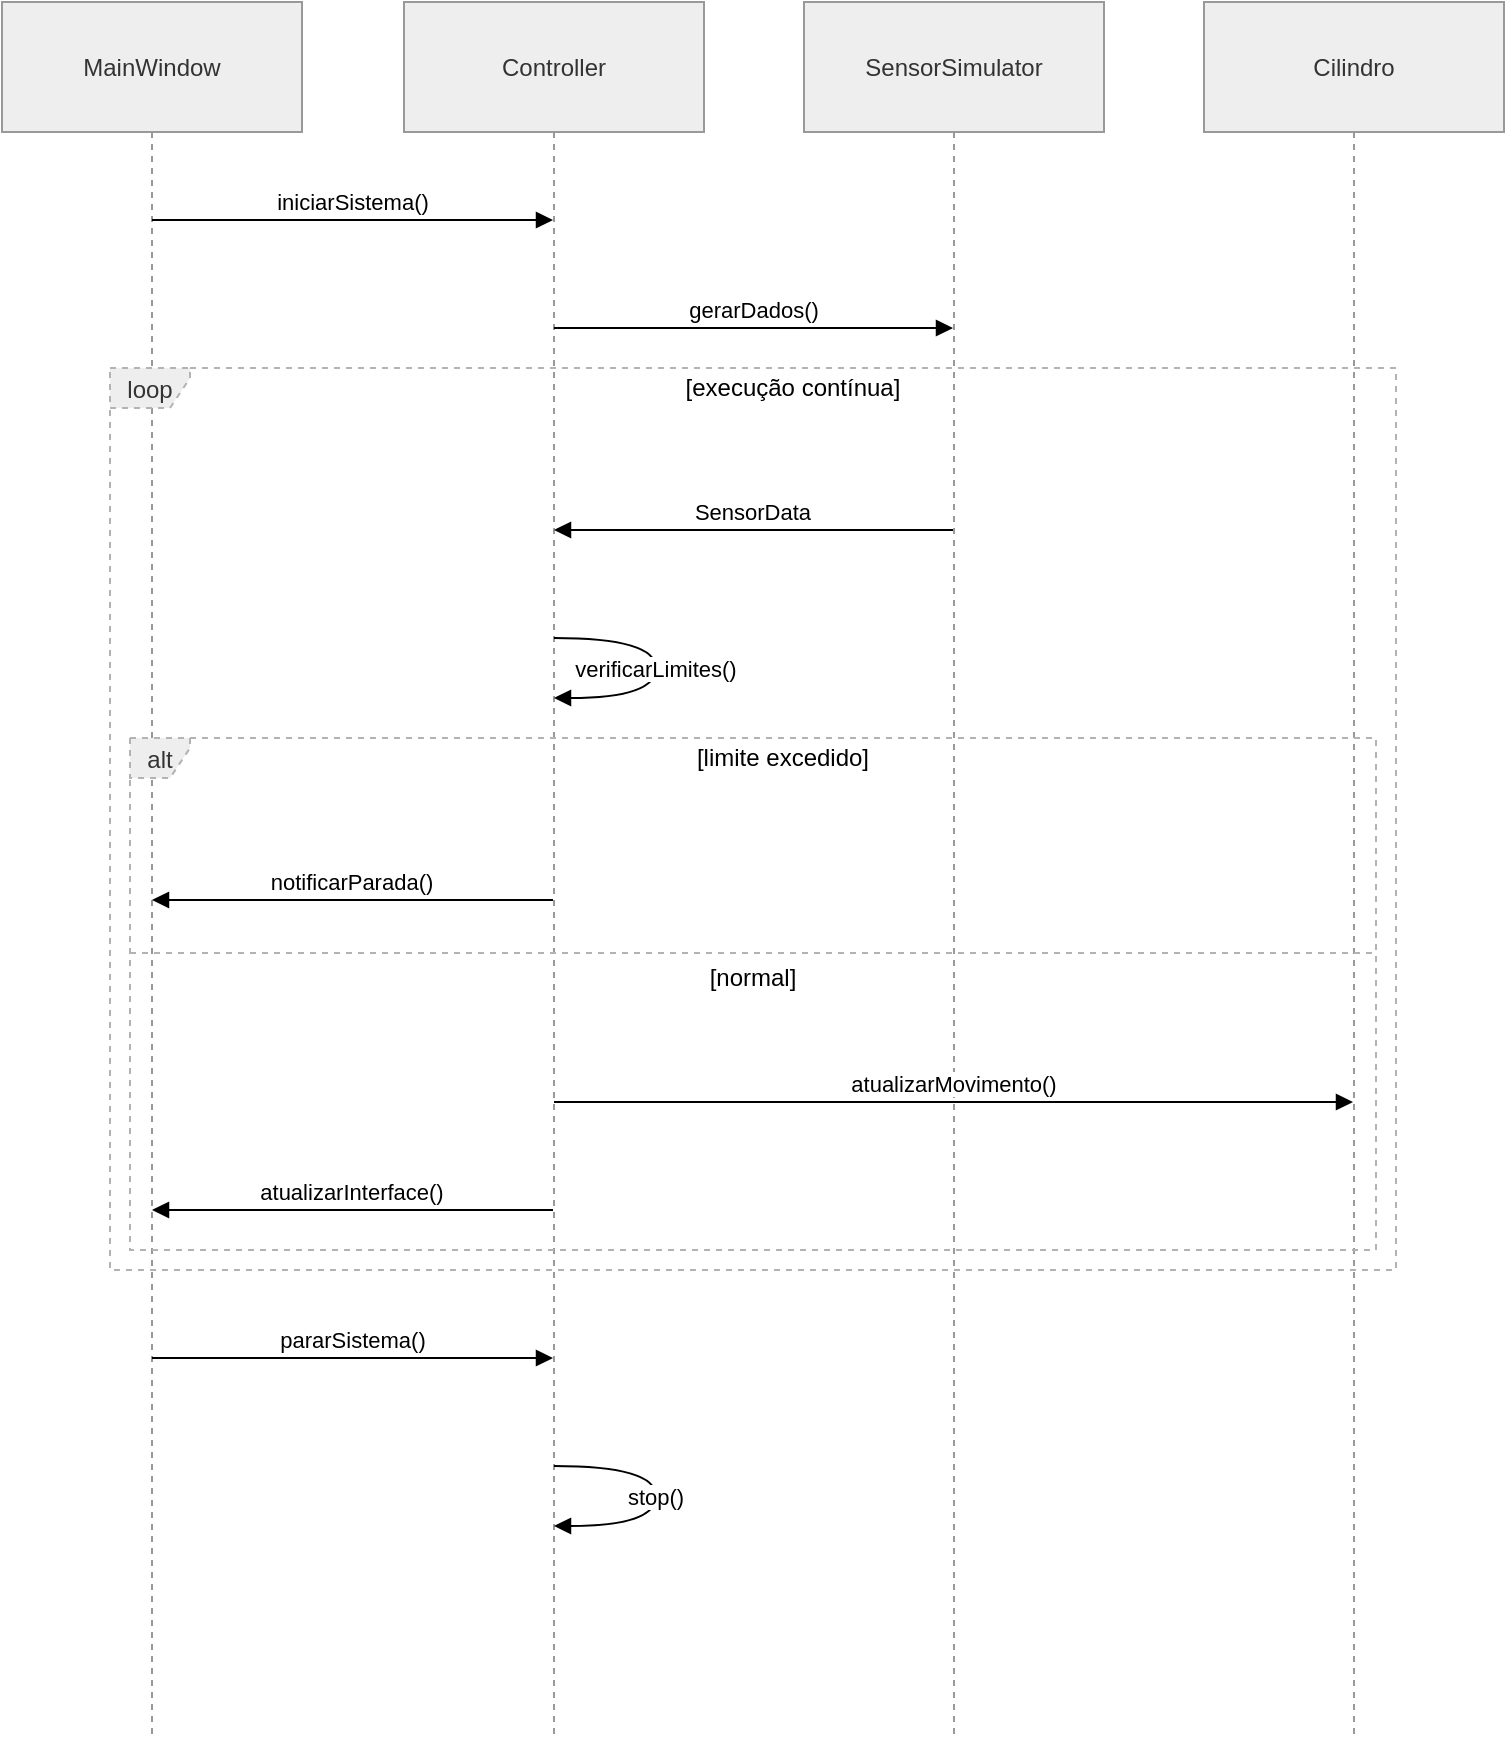
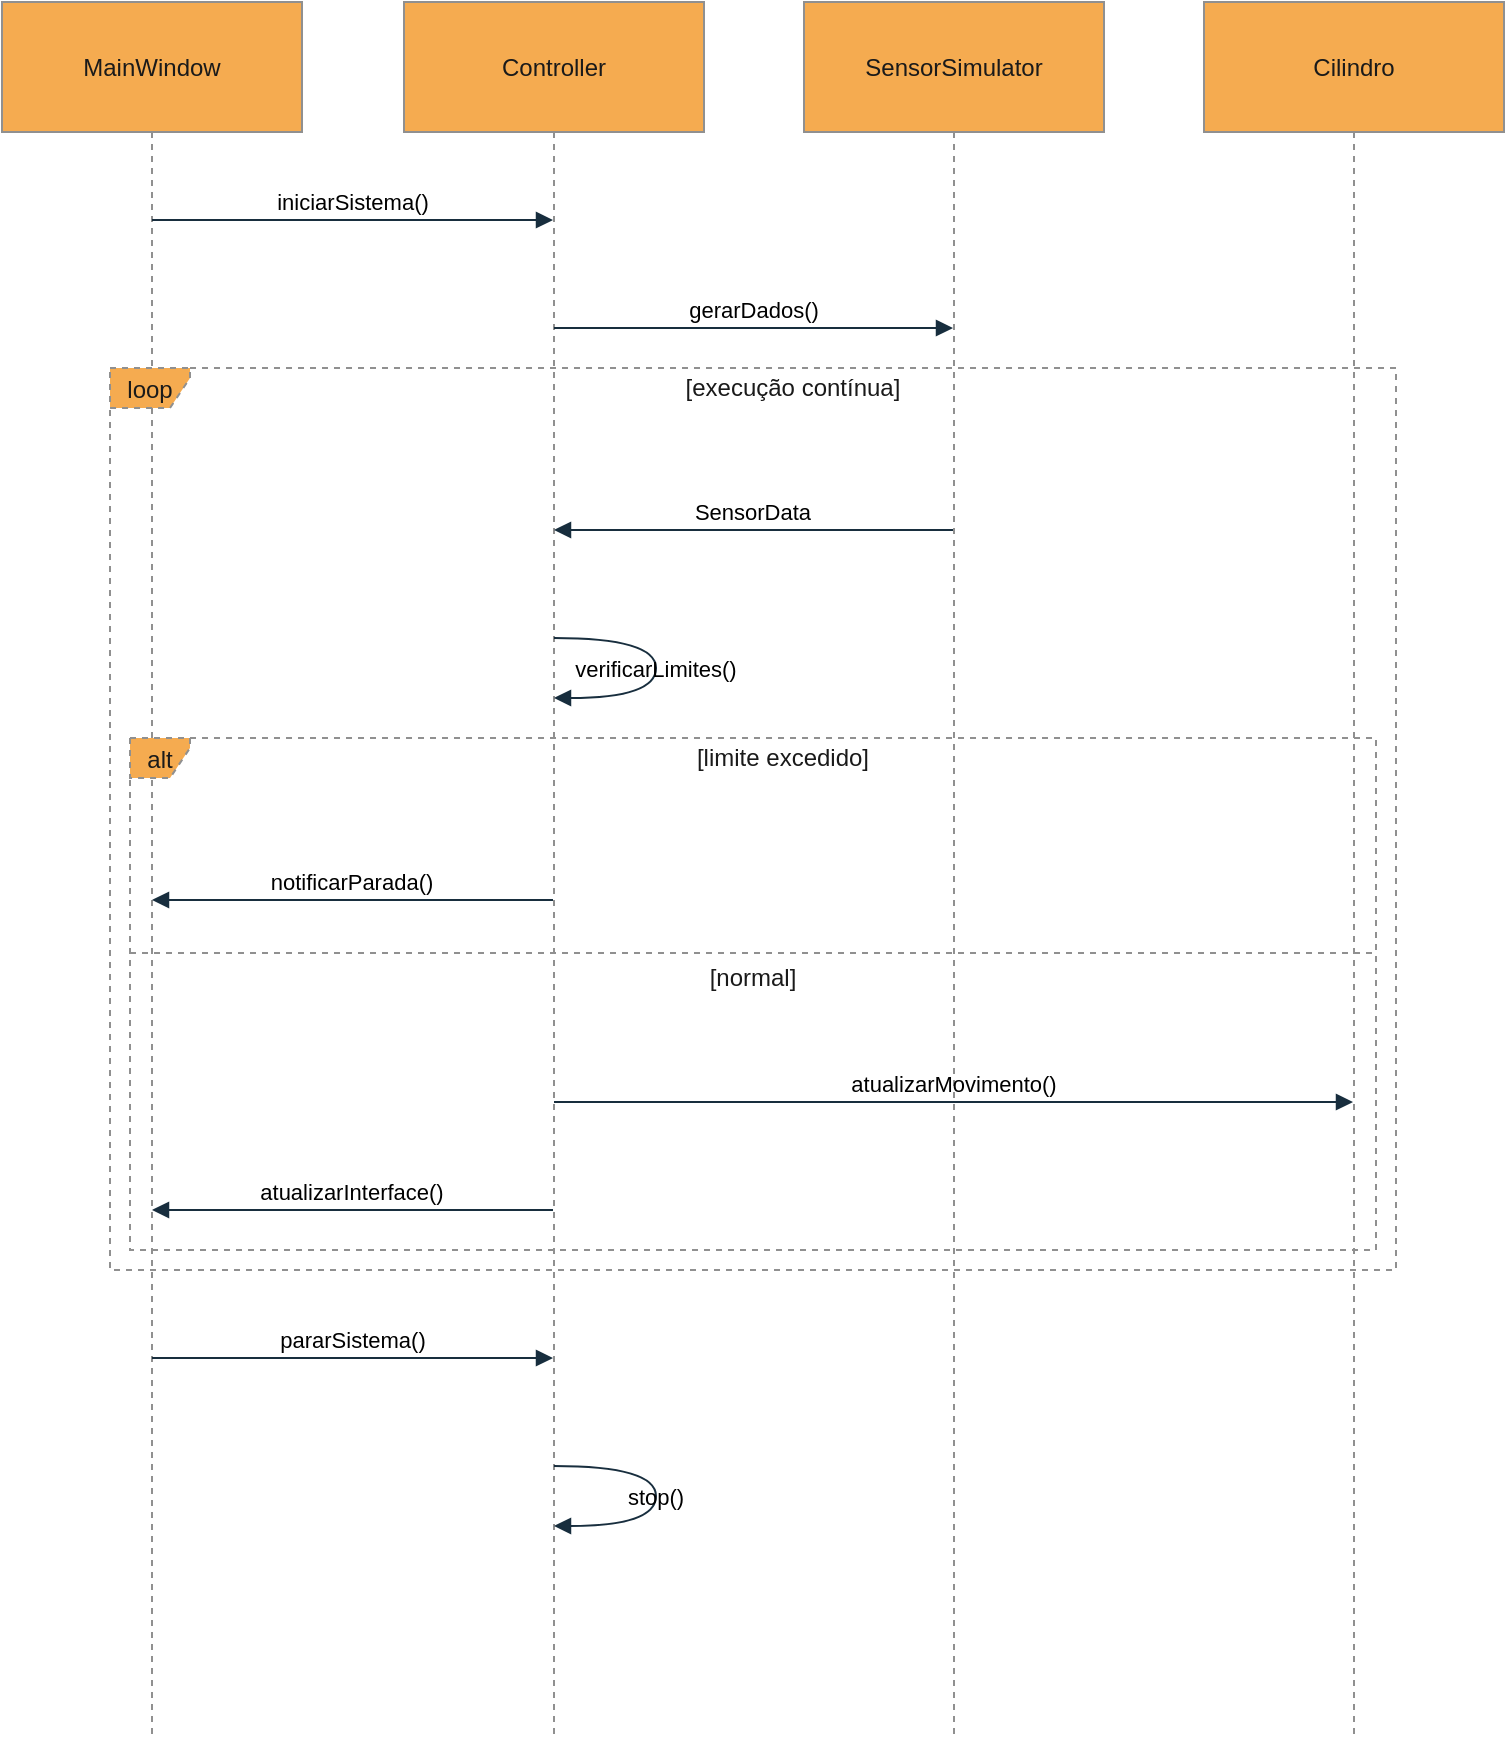
<mxfile host="Electron" agent="Mozilla/5.0 (Windows NT 10.0; Win64; x64) AppleWebKit/537.36 (KHTML, like Gecko) draw.io/29.6.6 Chrome/144.0.7559.236 Electron/40.8.4 Safari/537.36" version="29.6.6">
  <diagram name="Página-1" id="Oo2e8VCn51s9-y2XYcTv">
-     <mxGraphModel dx="1158" dy="696" grid="1" gridSize="10" guides="1" tooltips="1" connect="1" arrows="1" fold="1" page="1" pageScale="1" pageWidth="827" pageHeight="1169" math="0" shadow="0">
+     <mxGraphModel dx="1489" dy="894" grid="0" gridSize="10" guides="1" tooltips="1" connect="1" arrows="1" fold="1" page="1" pageScale="1" pageWidth="827" pageHeight="1169" background="#FFFFFF" math="0" shadow="0">
      <root>
        <mxCell id="0" />
        <mxCell id="1" parent="0" />
-         <mxCell id="FJm-5kjOGFaetRd7X5da-1" parent="1" style="shape=umlLifeline;perimeter=lifelinePerimeter;whiteSpace=wrap;container=1;dropTarget=0;collapsible=0;recursiveResize=0;outlineConnect=0;portConstraint=eastwest;newEdgeStyle={&quot;edgeStyle&quot;:&quot;elbowEdgeStyle&quot;,&quot;elbow&quot;:&quot;vertical&quot;,&quot;curved&quot;:0,&quot;rounded&quot;:0};size=65;fillColor=light-dark(#eeeeee,#1f2020);strokeColor=light-dark(#999999,#cccccc);fontColor=light-dark(#333333,#cccccc);" value="MainWindow" vertex="1">
+         <mxCell id="FJm-5kjOGFaetRd7X5da-1" parent="1" style="shape=umlLifeline;perimeter=lifelinePerimeter;whiteSpace=wrap;container=1;dropTarget=0;collapsible=0;recursiveResize=0;outlineConnect=0;portConstraint=eastwest;newEdgeStyle={&quot;edgeStyle&quot;:&quot;elbowEdgeStyle&quot;,&quot;elbow&quot;:&quot;vertical&quot;,&quot;curved&quot;:0,&quot;rounded&quot;:0};size=65;fillColor=#F5AB50;strokeColor=#909090;fontColor=#1A1A1A;labelBackgroundColor=none;" value="MainWindow" vertex="1">
          <mxGeometry height="867" width="150" x="20" y="90" as="geometry" />
        </mxCell>
-         <mxCell id="FJm-5kjOGFaetRd7X5da-2" parent="1" style="shape=umlLifeline;perimeter=lifelinePerimeter;whiteSpace=wrap;container=1;dropTarget=0;collapsible=0;recursiveResize=0;outlineConnect=0;portConstraint=eastwest;newEdgeStyle={&quot;edgeStyle&quot;:&quot;elbowEdgeStyle&quot;,&quot;elbow&quot;:&quot;vertical&quot;,&quot;curved&quot;:0,&quot;rounded&quot;:0};size=65;fillColor=light-dark(#eeeeee,#1f2020);strokeColor=light-dark(#999999,#cccccc);fontColor=light-dark(#333333,#cccccc);" value="Controller" vertex="1">
+         <mxCell id="FJm-5kjOGFaetRd7X5da-2" parent="1" style="shape=umlLifeline;perimeter=lifelinePerimeter;whiteSpace=wrap;container=1;dropTarget=0;collapsible=0;recursiveResize=0;outlineConnect=0;portConstraint=eastwest;newEdgeStyle={&quot;edgeStyle&quot;:&quot;elbowEdgeStyle&quot;,&quot;elbow&quot;:&quot;vertical&quot;,&quot;curved&quot;:0,&quot;rounded&quot;:0};size=65;fillColor=#F5AB50;strokeColor=#909090;fontColor=#1A1A1A;labelBackgroundColor=none;" value="Controller" vertex="1">
          <mxGeometry height="867" width="150" x="221" y="90" as="geometry" />
        </mxCell>
-         <mxCell id="FJm-5kjOGFaetRd7X5da-3" parent="1" style="shape=umlLifeline;perimeter=lifelinePerimeter;whiteSpace=wrap;container=1;dropTarget=0;collapsible=0;recursiveResize=0;outlineConnect=0;portConstraint=eastwest;newEdgeStyle={&quot;edgeStyle&quot;:&quot;elbowEdgeStyle&quot;,&quot;elbow&quot;:&quot;vertical&quot;,&quot;curved&quot;:0,&quot;rounded&quot;:0};size=65;fillColor=light-dark(#eeeeee,#1f2020);strokeColor=light-dark(#999999,#cccccc);fontColor=light-dark(#333333,#cccccc);" value="SensorSimulator" vertex="1">
+         <mxCell id="FJm-5kjOGFaetRd7X5da-3" parent="1" style="shape=umlLifeline;perimeter=lifelinePerimeter;whiteSpace=wrap;container=1;dropTarget=0;collapsible=0;recursiveResize=0;outlineConnect=0;portConstraint=eastwest;newEdgeStyle={&quot;edgeStyle&quot;:&quot;elbowEdgeStyle&quot;,&quot;elbow&quot;:&quot;vertical&quot;,&quot;curved&quot;:0,&quot;rounded&quot;:0};size=65;fillColor=#F5AB50;strokeColor=#909090;fontColor=#1A1A1A;labelBackgroundColor=none;" value="SensorSimulator" vertex="1">
          <mxGeometry height="867" width="150" x="421" y="90" as="geometry" />
        </mxCell>
-         <mxCell id="FJm-5kjOGFaetRd7X5da-4" parent="1" style="shape=umlLifeline;perimeter=lifelinePerimeter;whiteSpace=wrap;container=1;dropTarget=0;collapsible=0;recursiveResize=0;outlineConnect=0;portConstraint=eastwest;newEdgeStyle={&quot;edgeStyle&quot;:&quot;elbowEdgeStyle&quot;,&quot;elbow&quot;:&quot;vertical&quot;,&quot;curved&quot;:0,&quot;rounded&quot;:0};size=65;fillColor=light-dark(#eeeeee,#1f2020);strokeColor=light-dark(#999999,#cccccc);fontColor=light-dark(#333333,#cccccc);" value="Cilindro" vertex="1">
+         <mxCell id="FJm-5kjOGFaetRd7X5da-4" parent="1" style="shape=umlLifeline;perimeter=lifelinePerimeter;whiteSpace=wrap;container=1;dropTarget=0;collapsible=0;recursiveResize=0;outlineConnect=0;portConstraint=eastwest;newEdgeStyle={&quot;edgeStyle&quot;:&quot;elbowEdgeStyle&quot;,&quot;elbow&quot;:&quot;vertical&quot;,&quot;curved&quot;:0,&quot;rounded&quot;:0};size=65;fillColor=#F5AB50;strokeColor=#909090;fontColor=#1A1A1A;labelBackgroundColor=none;" value="Cilindro" vertex="1">
          <mxGeometry height="867" width="150" x="621" y="90" as="geometry" />
        </mxCell>
-         <mxCell id="FJm-5kjOGFaetRd7X5da-5" parent="1" style="shape=umlFrame;dashed=1;pointerEvents=0;dropTarget=0;strokeColor=#B3B3B3;height=20;width=30;fillColor=light-dark(#eeeeee,#1f2020);fontColor=light-dark(#333333,#cccccc);" value="alt" vertex="1">
+         <mxCell id="FJm-5kjOGFaetRd7X5da-5" parent="1" style="shape=umlFrame;dashed=1;pointerEvents=0;dropTarget=0;strokeColor=#909090;height=20;width=30;fillColor=#F5AB50;fontColor=#1A1A1A;labelBackgroundColor=none;" value="alt" vertex="1">
          <mxGeometry height="256" width="623" x="84" y="458" as="geometry" />
        </mxCell>
-         <mxCell id="FJm-5kjOGFaetRd7X5da-6" parent="FJm-5kjOGFaetRd7X5da-5" style="text;strokeColor=none;fillColor=none;align=center;verticalAlign=middle;whiteSpace=wrap;" value="[limite excedido]" vertex="1">
+         <mxCell id="FJm-5kjOGFaetRd7X5da-6" parent="FJm-5kjOGFaetRd7X5da-5" style="text;strokeColor=none;fillColor=none;align=center;verticalAlign=middle;whiteSpace=wrap;labelBackgroundColor=none;fontColor=#1A1A1A;" value="[limite excedido]" vertex="1">
          <mxGeometry height="20" width="593" x="30" as="geometry" />
        </mxCell>
-         <mxCell id="FJm-5kjOGFaetRd7X5da-7" parent="FJm-5kjOGFaetRd7X5da-5" style="shape=line;dashed=1;whiteSpace=wrap;verticalAlign=top;labelPosition=center;verticalLabelPosition=middle;align=center;strokeColor=#B3B3B3;" value="[normal]" vertex="1">
+         <mxCell id="FJm-5kjOGFaetRd7X5da-7" parent="FJm-5kjOGFaetRd7X5da-5" style="shape=line;dashed=1;whiteSpace=wrap;verticalAlign=top;labelPosition=center;verticalLabelPosition=middle;align=center;strokeColor=#909090;labelBackgroundColor=none;fillColor=#F5AB50;fontColor=#1A1A1A;" value="[normal]" vertex="1">
          <mxGeometry height="3" width="623" y="106" as="geometry" />
        </mxCell>
-         <mxCell id="FJm-5kjOGFaetRd7X5da-8" parent="1" style="shape=umlFrame;dashed=1;pointerEvents=0;dropTarget=0;strokeColor=#B3B3B3;height=20;width=40;fillColor=light-dark(#eeeeee,#1f2020);fontColor=light-dark(#333333,#cccccc);" value="loop" vertex="1">
+         <mxCell id="FJm-5kjOGFaetRd7X5da-8" parent="1" style="shape=umlFrame;dashed=1;pointerEvents=0;dropTarget=0;strokeColor=#909090;height=20;width=40;fillColor=#F5AB50;fontColor=#1A1A1A;labelBackgroundColor=none;" value="loop" vertex="1">
          <mxGeometry height="451" width="643" x="74" y="273" as="geometry" />
        </mxCell>
-         <mxCell id="FJm-5kjOGFaetRd7X5da-9" parent="FJm-5kjOGFaetRd7X5da-8" style="text;strokeColor=none;fillColor=none;align=center;verticalAlign=middle;whiteSpace=wrap;" value="[execução contínua]" vertex="1">
+         <mxCell id="FJm-5kjOGFaetRd7X5da-9" parent="FJm-5kjOGFaetRd7X5da-8" style="text;strokeColor=none;fillColor=none;align=center;verticalAlign=middle;whiteSpace=wrap;labelBackgroundColor=none;fontColor=#1A1A1A;" value="[execução contínua]" vertex="1">
          <mxGeometry height="20" width="603" x="40" as="geometry" />
        </mxCell>
-         <mxCell id="FJm-5kjOGFaetRd7X5da-10" edge="1" parent="1" source="FJm-5kjOGFaetRd7X5da-1" style="verticalAlign=bottom;edgeStyle=elbowEdgeStyle;elbow=vertical;curved=0;rounded=0;endArrow=block;" target="FJm-5kjOGFaetRd7X5da-2" value="iniciarSistema()">
+         <mxCell id="FJm-5kjOGFaetRd7X5da-10" edge="1" parent="1" source="FJm-5kjOGFaetRd7X5da-1" style="verticalAlign=bottom;edgeStyle=elbowEdgeStyle;elbow=vertical;curved=0;rounded=0;endArrow=block;labelBackgroundColor=none;strokeColor=#182E3E;fontColor=default;" target="FJm-5kjOGFaetRd7X5da-2" value="iniciarSistema()">
          <mxGeometry relative="1" as="geometry">
            <Array as="points">
              <mxPoint x="204" y="199" />
            </Array>
          </mxGeometry>
        </mxCell>
-         <mxCell id="FJm-5kjOGFaetRd7X5da-11" edge="1" parent="1" source="FJm-5kjOGFaetRd7X5da-2" style="verticalAlign=bottom;edgeStyle=elbowEdgeStyle;elbow=vertical;curved=0;rounded=0;endArrow=block;" target="FJm-5kjOGFaetRd7X5da-3" value="gerarDados()">
+         <mxCell id="FJm-5kjOGFaetRd7X5da-11" edge="1" parent="1" source="FJm-5kjOGFaetRd7X5da-2" style="verticalAlign=bottom;edgeStyle=elbowEdgeStyle;elbow=vertical;curved=0;rounded=0;endArrow=block;labelBackgroundColor=none;strokeColor=#182E3E;fontColor=default;" target="FJm-5kjOGFaetRd7X5da-3" value="gerarDados()">
          <mxGeometry relative="1" as="geometry">
            <Array as="points">
              <mxPoint x="405" y="253" />
            </Array>
          </mxGeometry>
        </mxCell>
-         <mxCell id="FJm-5kjOGFaetRd7X5da-12" edge="1" parent="1" source="FJm-5kjOGFaetRd7X5da-3" style="verticalAlign=bottom;edgeStyle=elbowEdgeStyle;elbow=vertical;curved=0;rounded=0;endArrow=block;" target="FJm-5kjOGFaetRd7X5da-2" value="SensorData">
+         <mxCell id="FJm-5kjOGFaetRd7X5da-12" edge="1" parent="1" source="FJm-5kjOGFaetRd7X5da-3" style="verticalAlign=bottom;edgeStyle=elbowEdgeStyle;elbow=vertical;curved=0;rounded=0;endArrow=block;labelBackgroundColor=none;strokeColor=#182E3E;fontColor=default;" target="FJm-5kjOGFaetRd7X5da-2" value="SensorData">
          <mxGeometry relative="1" as="geometry">
            <Array as="points">
              <mxPoint x="408" y="354" />
            </Array>
          </mxGeometry>
        </mxCell>
-         <mxCell id="FJm-5kjOGFaetRd7X5da-13" edge="1" parent="1" source="FJm-5kjOGFaetRd7X5da-2" style="curved=1;endArrow=block;rounded=0;" target="FJm-5kjOGFaetRd7X5da-2" value="verificarLimites()">
+         <mxCell id="FJm-5kjOGFaetRd7X5da-13" edge="1" parent="1" source="FJm-5kjOGFaetRd7X5da-2" style="curved=1;endArrow=block;rounded=0;labelBackgroundColor=none;strokeColor=#182E3E;fontColor=default;" target="FJm-5kjOGFaetRd7X5da-2" value="verificarLimites()">
          <mxGeometry relative="1" as="geometry">
            <Array as="points">
              <mxPoint x="347" y="408" />
              <mxPoint x="347" y="438" />
            </Array>
          </mxGeometry>
        </mxCell>
-         <mxCell id="FJm-5kjOGFaetRd7X5da-14" edge="1" parent="1" source="FJm-5kjOGFaetRd7X5da-2" style="verticalAlign=bottom;edgeStyle=elbowEdgeStyle;elbow=vertical;curved=0;rounded=0;endArrow=block;" target="FJm-5kjOGFaetRd7X5da-1" value="notificarParada()">
+         <mxCell id="FJm-5kjOGFaetRd7X5da-14" edge="1" parent="1" source="FJm-5kjOGFaetRd7X5da-2" style="verticalAlign=bottom;edgeStyle=elbowEdgeStyle;elbow=vertical;curved=0;rounded=0;endArrow=block;labelBackgroundColor=none;strokeColor=#182E3E;fontColor=default;" target="FJm-5kjOGFaetRd7X5da-1" value="notificarParada()">
          <mxGeometry relative="1" as="geometry">
            <Array as="points">
              <mxPoint x="207" y="539" />
            </Array>
          </mxGeometry>
        </mxCell>
-         <mxCell id="FJm-5kjOGFaetRd7X5da-15" edge="1" parent="1" source="FJm-5kjOGFaetRd7X5da-2" style="verticalAlign=bottom;edgeStyle=elbowEdgeStyle;elbow=vertical;curved=0;rounded=0;endArrow=block;" target="FJm-5kjOGFaetRd7X5da-4" value="atualizarMovimento()">
+         <mxCell id="FJm-5kjOGFaetRd7X5da-15" edge="1" parent="1" source="FJm-5kjOGFaetRd7X5da-2" style="verticalAlign=bottom;edgeStyle=elbowEdgeStyle;elbow=vertical;curved=0;rounded=0;endArrow=block;labelBackgroundColor=none;strokeColor=#182E3E;fontColor=default;" target="FJm-5kjOGFaetRd7X5da-4" value="atualizarMovimento()">
          <mxGeometry relative="1" as="geometry">
            <Array as="points">
              <mxPoint x="505" y="640" />
            </Array>
          </mxGeometry>
        </mxCell>
-         <mxCell id="FJm-5kjOGFaetRd7X5da-16" edge="1" parent="1" source="FJm-5kjOGFaetRd7X5da-2" style="verticalAlign=bottom;edgeStyle=elbowEdgeStyle;elbow=vertical;curved=0;rounded=0;endArrow=block;" target="FJm-5kjOGFaetRd7X5da-1" value="atualizarInterface()">
+         <mxCell id="FJm-5kjOGFaetRd7X5da-16" edge="1" parent="1" source="FJm-5kjOGFaetRd7X5da-2" style="verticalAlign=bottom;edgeStyle=elbowEdgeStyle;elbow=vertical;curved=0;rounded=0;endArrow=block;labelBackgroundColor=none;strokeColor=#182E3E;fontColor=default;" target="FJm-5kjOGFaetRd7X5da-1" value="atualizarInterface()">
          <mxGeometry relative="1" as="geometry">
            <Array as="points">
              <mxPoint x="207" y="694" />
            </Array>
          </mxGeometry>
        </mxCell>
-         <mxCell id="FJm-5kjOGFaetRd7X5da-17" edge="1" parent="1" source="FJm-5kjOGFaetRd7X5da-1" style="verticalAlign=bottom;edgeStyle=elbowEdgeStyle;elbow=vertical;curved=0;rounded=0;endArrow=block;" target="FJm-5kjOGFaetRd7X5da-2" value="pararSistema()">
+         <mxCell id="FJm-5kjOGFaetRd7X5da-17" edge="1" parent="1" source="FJm-5kjOGFaetRd7X5da-1" style="verticalAlign=bottom;edgeStyle=elbowEdgeStyle;elbow=vertical;curved=0;rounded=0;endArrow=block;labelBackgroundColor=none;strokeColor=#182E3E;fontColor=default;" target="FJm-5kjOGFaetRd7X5da-2" value="pararSistema()">
          <mxGeometry relative="1" as="geometry">
            <Array as="points">
              <mxPoint x="204" y="768" />
            </Array>
          </mxGeometry>
        </mxCell>
-         <mxCell id="FJm-5kjOGFaetRd7X5da-18" edge="1" parent="1" source="FJm-5kjOGFaetRd7X5da-2" style="curved=1;endArrow=block;rounded=0;" target="FJm-5kjOGFaetRd7X5da-2" value="stop()">
+         <mxCell id="FJm-5kjOGFaetRd7X5da-18" edge="1" parent="1" source="FJm-5kjOGFaetRd7X5da-2" style="curved=1;endArrow=block;rounded=0;labelBackgroundColor=none;strokeColor=#182E3E;fontColor=default;" target="FJm-5kjOGFaetRd7X5da-2" value="stop()">
          <mxGeometry relative="1" as="geometry">
            <Array as="points">
              <mxPoint x="347" y="822" />
              <mxPoint x="347" y="852" />
            </Array>
          </mxGeometry>
        </mxCell>
      </root>
    </mxGraphModel>
  </diagram>
</mxfile>
